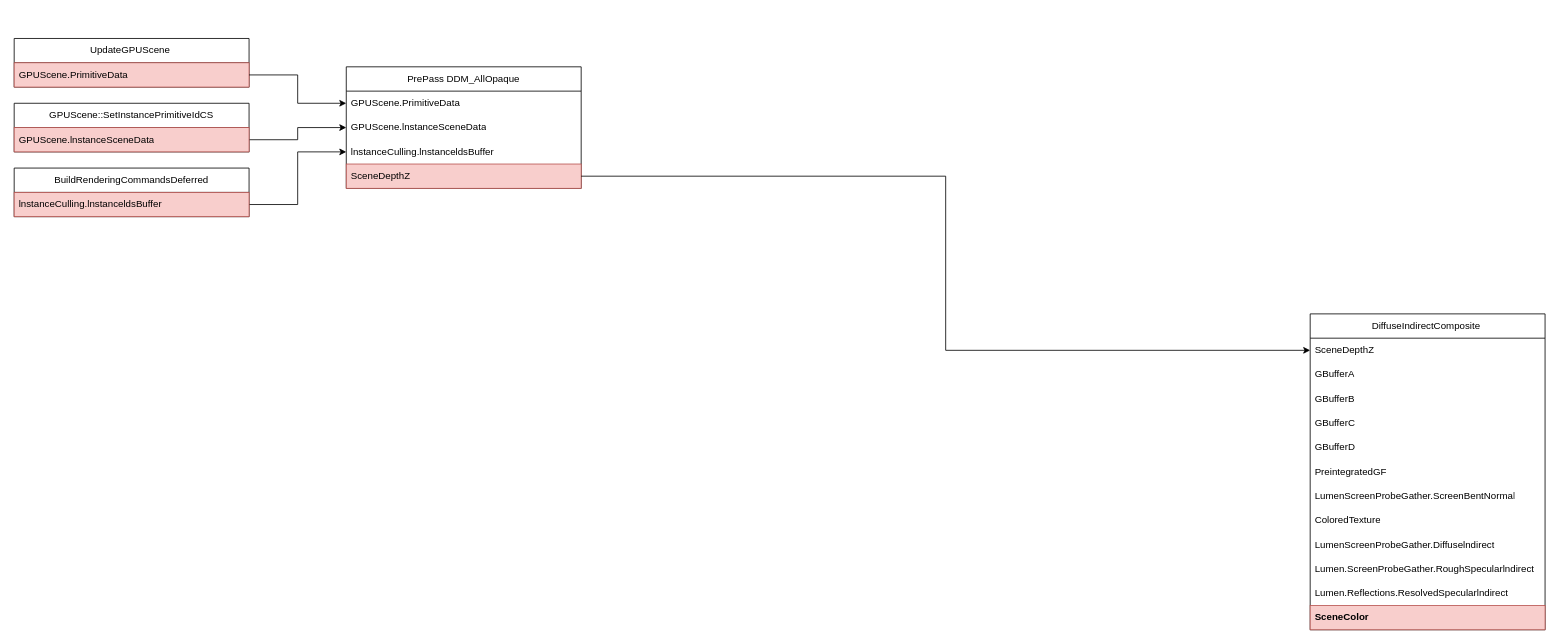
Before: lumenreflection.drawio in RealJiShi/draw.io, a draw.io diagram. Source tidied: cells renumbered, new cells numbered last; positions are measured from the earlier drawing's top-left corner, leaving out a move shared by most shapes. Both pictures are drawn from the tidied source at 81%, with x=0, y=0 at pixel (14, 38).
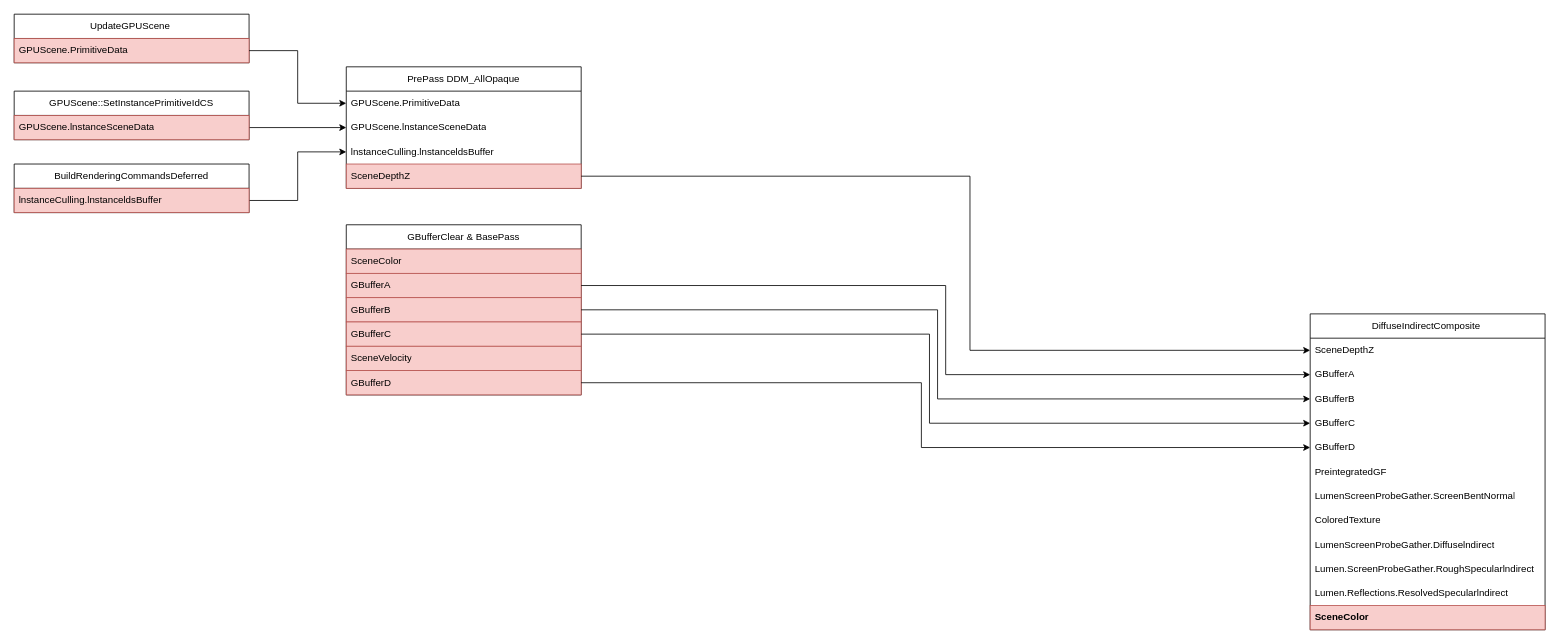
Above is the later version.

The change refers to these unchanged cells:
```xml
<mxCell id="3" value="SceneDepthZ" style="text;strokeColor=none;fillColor=none;align=left;verticalAlign=middle;spacingLeft=4;spacingRight=4;overflow=hidden;points=[[0,0.5],[1,0.5]];portConstraint=eastwest;whiteSpace=wrap;html=1;" parent="2" vertex="1">
  <mxGeometry y="30" width="290" height="30" as="geometry" />
</mxCell>
<mxCell id="4" value="GBufferA" style="text;strokeColor=none;fillColor=none;align=left;verticalAlign=middle;spacingLeft=4;spacingRight=4;overflow=hidden;points=[[0,0.5],[1,0.5]];portConstraint=eastwest;whiteSpace=wrap;html=1;" parent="2" vertex="1">
  <mxGeometry y="60" width="290" height="30" as="geometry" />
</mxCell>
<mxCell id="5" value="GBufferB" style="text;strokeColor=none;fillColor=none;align=left;verticalAlign=middle;spacingLeft=4;spacingRight=4;overflow=hidden;points=[[0,0.5],[1,0.5]];portConstraint=eastwest;whiteSpace=wrap;html=1;" parent="2" vertex="1">
  <mxGeometry y="90" width="290" height="30" as="geometry" />
</mxCell>
<mxCell id="6" value="GBufferC&amp;nbsp;" style="text;strokeColor=none;fillColor=none;align=left;verticalAlign=middle;spacingLeft=4;spacingRight=4;overflow=hidden;points=[[0,0.5],[1,0.5]];portConstraint=eastwest;whiteSpace=wrap;html=1;" parent="2" vertex="1">
  <mxGeometry y="120" width="290" height="30" as="geometry" />
</mxCell>
<mxCell id="7" value="GBufferD&amp;nbsp;" style="text;strokeColor=none;fillColor=none;align=left;verticalAlign=middle;spacingLeft=4;spacingRight=4;overflow=hidden;points=[[0,0.5],[1,0.5]];portConstraint=eastwest;whiteSpace=wrap;html=1;" parent="2" vertex="1">
  <mxGeometry y="150" width="290" height="30" as="geometry" />
</mxCell>
<mxCell id="19" value="SceneDepthZ" style="text;strokeColor=#b85450;fillColor=#f8cecc;align=left;verticalAlign=middle;spacingLeft=4;spacingRight=4;overflow=hidden;points=[[0,0.5],[1,0.5]];portConstraint=eastwest;whiteSpace=wrap;html=1;" parent="15" vertex="1">
  <mxGeometry y="120" width="290" height="30" as="geometry" />
</mxCell>
```

Diff of the diagram source:
```diff
@@
     <mxCell id="20" value="UpdateGPUScene&amp;nbsp;" style="swimlane;fontStyle=0;horizontal=1;startSize=30;whiteSpace=wrap;html=1;" parent="1" vertex="1">
-      <mxGeometry width="290" height="60" as="geometry" />
+      <mxGeometry y="-30" width="290" height="60" as="geometry" />
     </mxCell>
@@
     <mxCell id="23" value="GPUScene::SetInstancePrimitiveIdCS" style="swimlane;fontStyle=0;horizontal=1;startSize=30;whiteSpace=wrap;html=1;" parent="1" vertex="1">
-      <mxGeometry y="80" width="290" height="60" as="geometry" />
+      <mxGeometry y="65" width="290" height="60" as="geometry" />
     </mxCell>
@@
     <mxCell id="26" value="BuildRenderingCommandsDeferred" style="swimlane;fontStyle=0;horizontal=1;startSize=30;whiteSpace=wrap;html=1;" parent="1" vertex="1">
-      <mxGeometry y="160" width="290" height="60" as="geometry" />
+      <mxGeometry y="155" width="290" height="60" as="geometry" />
     </mxCell>
@@
     <mxCell id="29" style="edgeStyle=orthogonalEdgeStyle;rounded=0;jettySize=auto;html=1;" parent="1" edge="1" source="19" target="3">
-      <mxGeometry relative="1" as="geometry" />
+      <mxGeometry relative="1" as="geometry">
+        <Array as="points">
+          <mxPoint x="1180" y="170" />
+          <mxPoint x="1180" y="385" />
+        </Array>
+      </mxGeometry>
     </mxCell>
+    <mxCell id="30" value="GBufferClear &amp;amp; BasePass" style="swimlane;fontStyle=0;horizontal=1;startSize=30;whiteSpace=wrap;html=1;" parent="1" vertex="1">
+      <mxGeometry x="410" y="230" width="290" height="210" as="geometry" />
+    </mxCell>
+    <mxCell id="31" value="SceneColor" style="text;align=left;verticalAlign=middle;spacingLeft=4;spacingRight=4;overflow=hidden;whiteSpace=wrap;html=1;fillColor=#f8cecc;strokeColor=#b85450;" parent="30" vertex="1">
+      <mxGeometry y="30" width="290" height="30" as="geometry" />
+    </mxCell>
+    <mxCell id="32" value="GBufferA&amp;nbsp;" style="text;align=left;verticalAlign=middle;spacingLeft=4;spacingRight=4;overflow=hidden;points=[[0,0.5],[1,0.5]];portConstraint=eastwest;whiteSpace=wrap;html=1;fillColor=#f8cecc;strokeColor=#b85450;" parent="30" vertex="1">
+      <mxGeometry y="60" width="290" height="30" as="geometry" />
+    </mxCell>
+    <mxCell id="33" value="GBufferB&amp;nbsp;" style="text;align=left;verticalAlign=middle;spacingLeft=4;spacingRight=4;overflow=hidden;points=[[0,0.5],[1,0.5]];portConstraint=eastwest;whiteSpace=wrap;html=1;fillColor=#f8cecc;strokeColor=#b85450;" parent="30" vertex="1">
+      <mxGeometry y="90" width="290" height="30" as="geometry" />
+    </mxCell>
+    <mxCell id="34" value="GBufferC&amp;nbsp;" style="text;strokeColor=#b85450;fillColor=#f8cecc;align=left;verticalAlign=middle;spacingLeft=4;spacingRight=4;overflow=hidden;points=[[0,0.5],[1,0.5]];portConstraint=eastwest;whiteSpace=wrap;html=1;" parent="30" vertex="1">
+      <mxGeometry y="120" width="290" height="30" as="geometry" />
+    </mxCell>
+    <mxCell id="35" value="SceneVelocity" style="text;strokeColor=#b85450;fillColor=#f8cecc;align=left;verticalAlign=middle;spacingLeft=4;spacingRight=4;overflow=hidden;whiteSpace=wrap;html=1;" parent="30" vertex="1">
+      <mxGeometry y="150" width="290" height="30" as="geometry" />
+    </mxCell>
+    <mxCell id="36" value="GBufferD&amp;nbsp;" style="text;strokeColor=#b85450;fillColor=#f8cecc;align=left;verticalAlign=middle;spacingLeft=4;spacingRight=4;overflow=hidden;points=[[0,0.5],[1,0.5]];portConstraint=eastwest;whiteSpace=wrap;html=1;" parent="30" vertex="1">
+      <mxGeometry y="180" width="290" height="30" as="geometry" />
+    </mxCell>
+    <mxCell id="37" style="edgeStyle=orthogonalEdgeStyle;rounded=0;jettySize=auto;html=1;entryX=0;entryY=0.5;entryDx=0;entryDy=0;" parent="1" edge="1" source="32" target="4">
+      <mxGeometry relative="1" as="geometry" />
+    </mxCell>
+    <mxCell id="38" style="edgeStyle=orthogonalEdgeStyle;rounded=0;jettySize=auto;html=1;" parent="1" edge="1" source="33" target="5">
+      <mxGeometry relative="1" as="geometry">
+        <Array as="points">
+          <mxPoint x="1140" y="335" />
+          <mxPoint x="1140" y="445" />
+        </Array>
+      </mxGeometry>
+    </mxCell>
+    <mxCell id="39" style="edgeStyle=orthogonalEdgeStyle;rounded=0;jettySize=auto;html=1;entryX=0;entryY=0.5;entryDx=0;entryDy=0;" parent="1" edge="1" source="34" target="6">
+      <mxGeometry relative="1" as="geometry">
+        <Array as="points">
+          <mxPoint x="1130" y="365" />
+          <mxPoint x="1130" y="475" />
+        </Array>
+      </mxGeometry>
+    </mxCell>
+    <mxCell id="40" style="edgeStyle=orthogonalEdgeStyle;rounded=0;jettySize=auto;html=1;entryX=0;entryY=0.5;entryDx=0;entryDy=0;" parent="1" edge="1" source="36" target="7">
+      <mxGeometry relative="1" as="geometry">
+        <Array as="points">
+          <mxPoint x="1120" y="425" />
+          <mxPoint x="1120" y="505" />
+        </Array>
+      </mxGeometry>
+    </mxCell>
```
